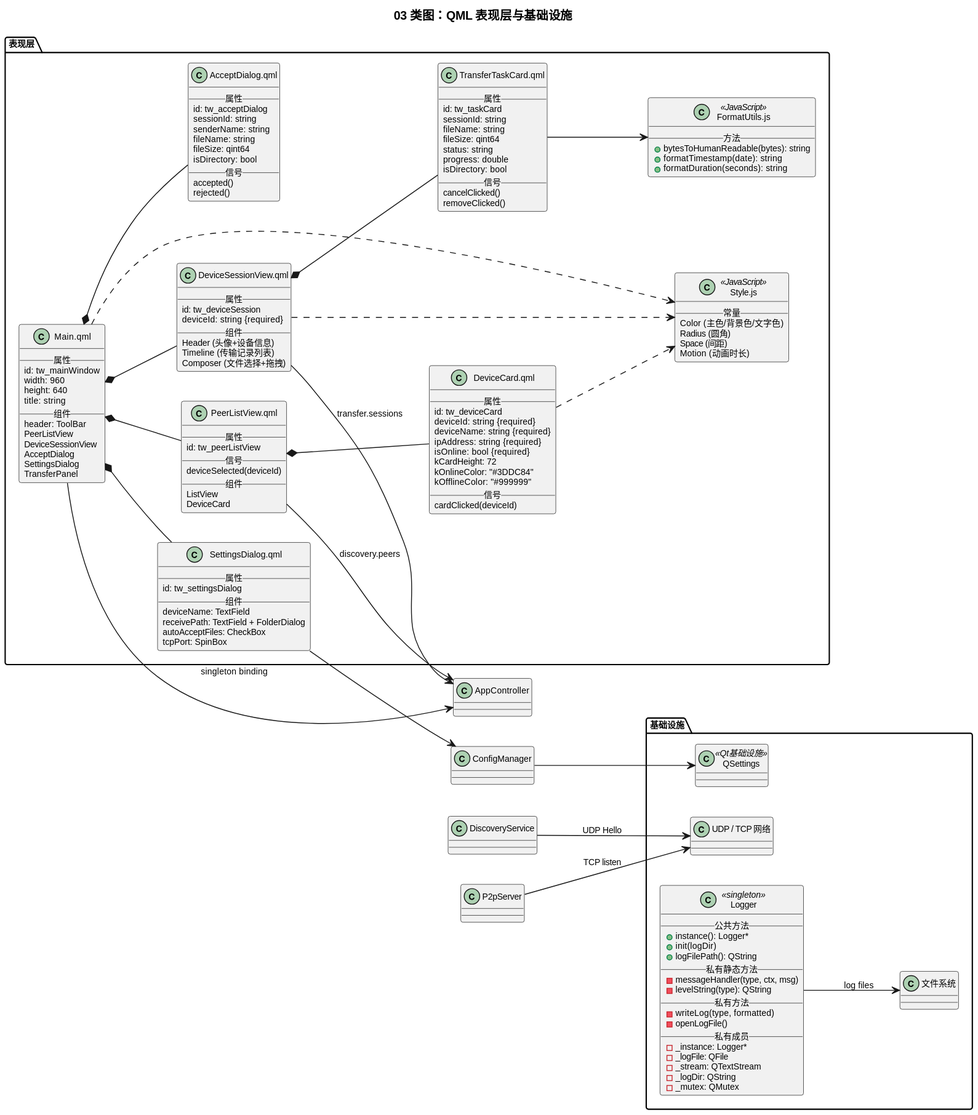
This is doc/diagrams/rendered/03-类图-QML表现层与基础设施.svg from Gsheep0729/GridYard, a PlantUML export, as it was before one commit.
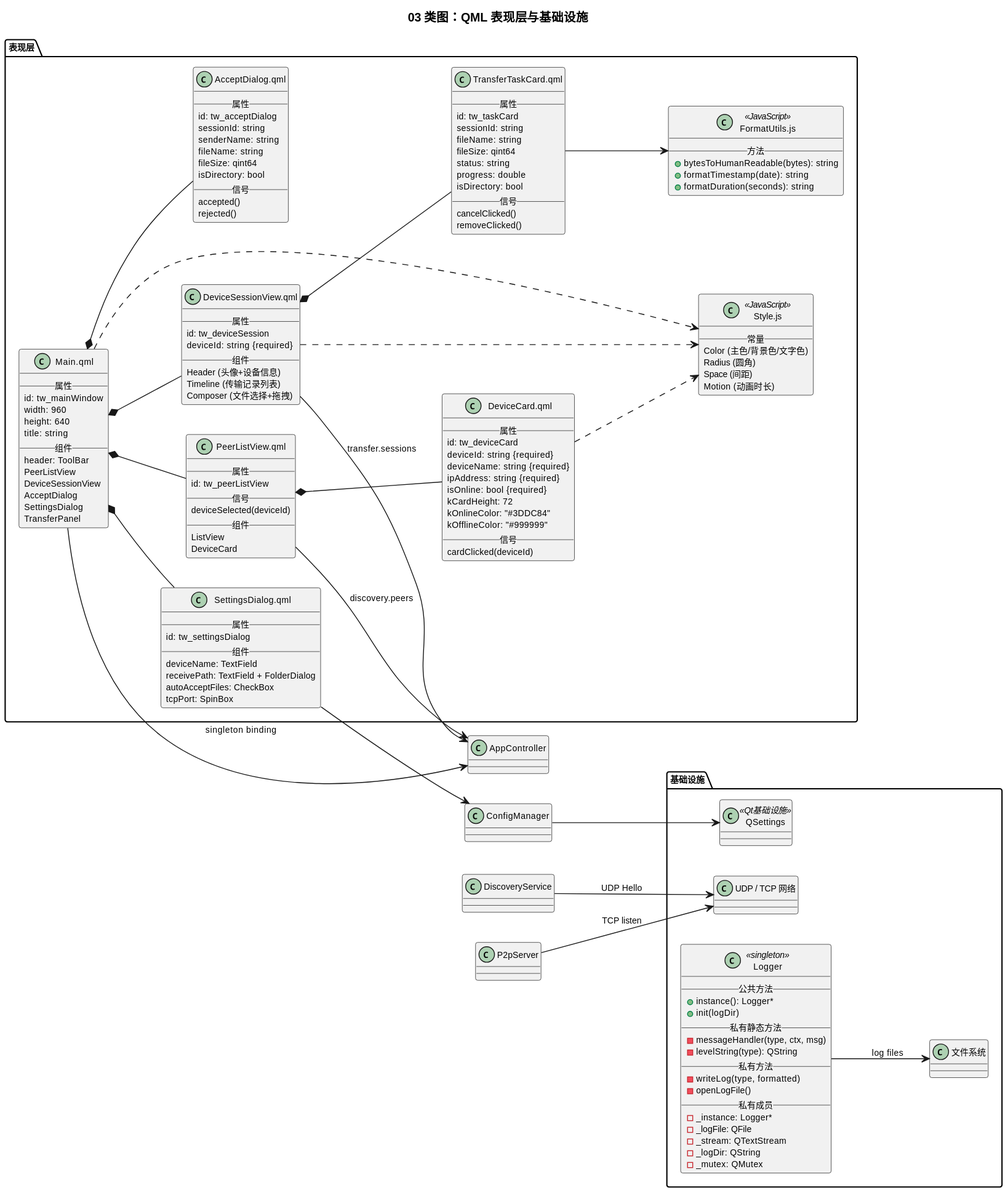
After the change.

Change to the diagram source:
```diff
@@ -114,7 +114,6 @@
     __公共方法__
     +instance(): Logger*
     +init(logDir)
-    +logFilePath(): QString
     __私有静态方法__
     -messageHandler(type, ctx, msg)
     -levelString(type): QString
```
